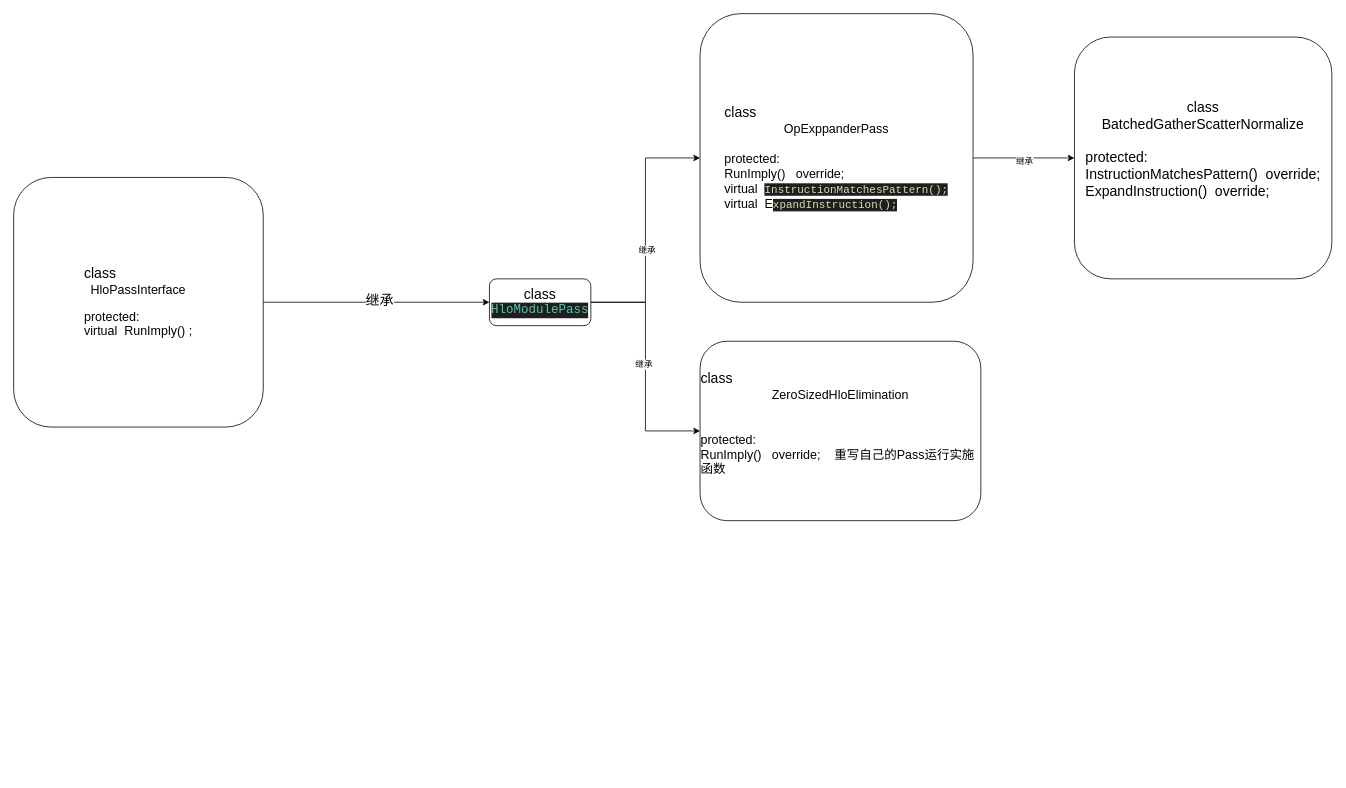
Earlier version of the draw.io diagram HloPassInterface类关系图.drawio (shijiandeliushi/xla). Source tidied: cells renumbered, new cells numbered last; positions are measured from the earlier drawing's top-left corner, leaving out a move shared by most shapes. Both pictures are drawn from the tidied source at 78%, with x=0, y=0 at pixel (13, 13).
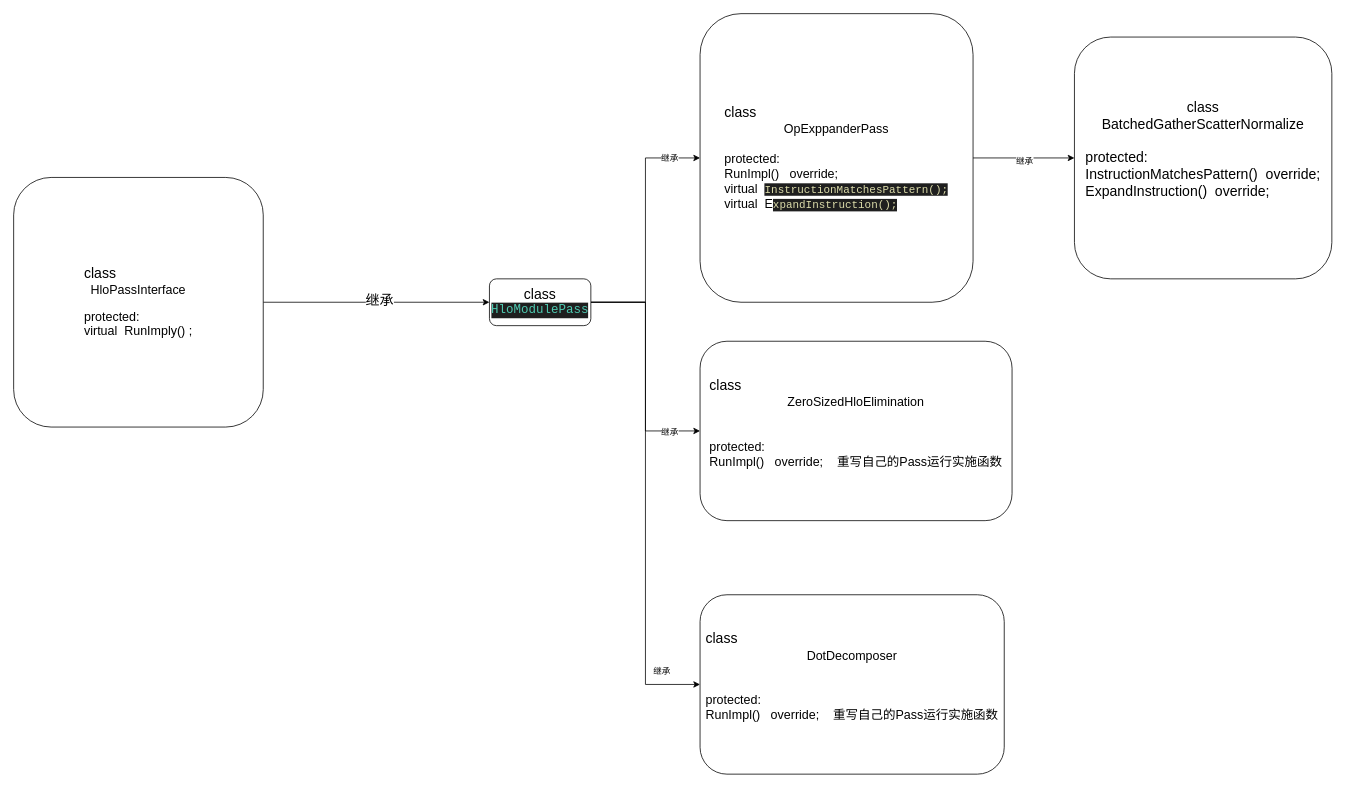
Above is the later version.

Unchanged cells that the change refers to:
```xml
<mxCell id="5" style="edgeStyle=orthogonalEdgeStyle;rounded=0;jettySize=auto;html=1;exitX=1;exitY=0.5;exitDx=0;exitDy=0;entryX=0;entryY=0.5;entryDx=0;entryDy=0;" parent="1" edge="1" source="9" target="12">
  <mxGeometry relative="1" as="geometry" />
</mxCell>
<mxCell id="9" value="&lt;font style=&quot;font-size: 18px;&quot;&gt;class&lt;/font&gt;&lt;div&gt;&lt;div style=&quot;color: rgb(204, 204, 204); background-color: rgb(31, 31, 31); font-family: &amp;quot;Droid Sans Mono&amp;quot;, monospace; line-height: 19px; white-space: pre;&quot;&gt;&lt;span style=&quot;color: rgb(78, 201, 176);&quot;&gt;&lt;font size=&quot;3&quot;&gt;HloModulePass&lt;/font&gt;&lt;/span&gt;&lt;/div&gt;&lt;/div&gt;" style="rounded=1;whiteSpace=wrap;html=1;" parent="1" vertex="1">
  <mxGeometry x="610" y="340" width="130" height="60" as="geometry" />
</mxCell>
```

Change to the diagram source:
```diff
@@
     <mxCell id="6" value="继承" style="edgeLabel;html=1;align=center;verticalAlign=middle;" parent="5" vertex="1">
-      <mxGeometry x="-0.16" y="-1" relative="1" as="geometry" />
+      <mxGeometry x="-0.16" y="-1" relative="1" as="geometry">
+        <mxPoint x="29" y="-119" as="offset" />
+      </mxGeometry>
     </mxCell>
     <mxCell id="7" style="edgeStyle=orthogonalEdgeStyle;rounded=0;jettySize=auto;html=1;exitX=1;exitY=0.5;exitDx=0;exitDy=0;entryX=0;entryY=0.5;entryDx=0;entryDy=0;" parent="1" edge="1" source="9" target="14">
-      <mxGeometry relative="1" as="geometry" />
+      <mxGeometry relative="1" as="geometry">
+        <Array as="points">
+          <mxPoint x="810" y="370" />
+          <mxPoint x="810" y="535" />
+        </Array>
+      </mxGeometry>
     </mxCell>
     <mxCell id="8" value="继承" style="edgeLabel;html=1;align=center;verticalAlign=middle;" parent="7" vertex="1">
       <mxGeometry x="-0.03" y="-3" relative="1" as="geometry">
-        <mxPoint y="1" as="offset" />
+        <mxPoint x="33" y="88" as="offset" />
       </mxGeometry>
     </mxCell>
+    <mxCell id="15" style="edgeStyle=orthogonalEdgeStyle;rounded=0;jettySize=auto;html=1;entryX=0;entryY=0.5;entryDx=0;entryDy=0;" parent="1" edge="1" source="9" target="17">
+      <mxGeometry relative="1" as="geometry">
+        <Array as="points">
+          <mxPoint x="810" y="370" />
+          <mxPoint x="810" y="860" />
+        </Array>
+      </mxGeometry>
+    </mxCell>
+    <mxCell id="16" value="继承" style="edgeLabel;html=1;align=center;verticalAlign=middle;" parent="15" vertex="1">
+      <mxGeometry x="0.72" y="-2" relative="1" as="geometry">
+        <mxPoint x="22" as="offset" />
+      </mxGeometry>
+    </mxCell>
@@
-    <mxCell id="12" value="&lt;div style=&quot;text-align: left;&quot;&gt;&lt;span style=&quot;font-size: 18px; background-color: transparent; color: light-dark(rgb(0, 0, 0), rgb(255, 255, 255));&quot;&gt;class&lt;/span&gt;&lt;/div&gt;&lt;div&gt;&lt;font size=&quot;3&quot;&gt;OpExppanderPass&lt;/font&gt;&lt;/div&gt;&lt;div&gt;&lt;span style=&quot;background-color: transparent; color: light-dark(rgb(0, 0, 0), rgb(255, 255, 255)); font-size: medium;&quot;&gt;&lt;br&gt;&lt;/span&gt;&lt;/div&gt;&lt;div style=&quot;text-align: left;&quot;&gt;&lt;span style=&quot;background-color: transparent; color: light-dark(rgb(0, 0, 0), rgb(255, 255, 255)); font-size: medium;&quot;&gt;protected:&lt;/span&gt;&lt;/div&gt;&lt;div style=&quot;text-align: left;&quot;&gt;&lt;font size=&quot;3&quot;&gt;RunImply()&amp;nbsp; &amp;nbsp;override;&lt;/font&gt;&lt;/div&gt;&lt;div style=&quot;text-align: left;&quot;&gt;&lt;font size=&quot;3&quot;&gt;virtual&amp;nbsp;&amp;nbsp;&lt;/font&gt;&lt;span style=&quot;color: rgb(220, 220, 170); background-color: rgb(31, 31, 31); font-family: &amp;quot;Droid Sans Mono&amp;quot;, monospace; font-size: 14px; white-space: pre;&quot;&gt;InstructionMatchesPattern();&lt;/span&gt;&lt;/div&gt;&lt;div style=&quot;text-align: left;&quot;&gt;&lt;font size=&quot;3&quot;&gt;virtual&amp;nbsp; E&lt;/font&gt;&lt;span style=&quot;color: rgb(220, 220, 170); background-color: rgb(31, 31, 31); font-family: &amp;quot;Droid Sans Mono&amp;quot;, monospace; font-size: 14px; white-space: pre;&quot;&gt;xpandInstruction();&lt;/span&gt;&lt;/div&gt;" style="rounded=1;whiteSpace=wrap;html=1;" parent="1" vertex="1">
+    <mxCell id="12" value="&lt;div style=&quot;text-align: left;&quot;&gt;&lt;span style=&quot;font-size: 18px; background-color: transparent; color: light-dark(rgb(0, 0, 0), rgb(255, 255, 255));&quot;&gt;class&lt;/span&gt;&lt;/div&gt;&lt;div&gt;&lt;font size=&quot;3&quot;&gt;OpExppanderPass&lt;/font&gt;&lt;/div&gt;&lt;div&gt;&lt;span style=&quot;background-color: transparent; color: light-dark(rgb(0, 0, 0), rgb(255, 255, 255)); font-size: medium;&quot;&gt;&lt;br&gt;&lt;/span&gt;&lt;/div&gt;&lt;div style=&quot;text-align: left;&quot;&gt;&lt;span style=&quot;background-color: transparent; color: light-dark(rgb(0, 0, 0), rgb(255, 255, 255)); font-size: medium;&quot;&gt;protected:&lt;/span&gt;&lt;/div&gt;&lt;div style=&quot;text-align: left;&quot;&gt;&lt;font size=&quot;3&quot;&gt;RunImpl()&amp;nbsp; &amp;nbsp;override;&lt;/font&gt;&lt;/div&gt;&lt;div style=&quot;text-align: left;&quot;&gt;&lt;font size=&quot;3&quot;&gt;virtual&amp;nbsp;&amp;nbsp;&lt;/font&gt;&lt;span style=&quot;color: rgb(220, 220, 170); background-color: rgb(31, 31, 31); font-family: &amp;quot;Droid Sans Mono&amp;quot;, monospace; font-size: 14px; white-space: pre;&quot;&gt;InstructionMatchesPattern();&lt;/span&gt;&lt;/div&gt;&lt;div style=&quot;text-align: left;&quot;&gt;&lt;font size=&quot;3&quot;&gt;virtual&amp;nbsp; E&lt;/font&gt;&lt;span style=&quot;color: rgb(220, 220, 170); background-color: rgb(31, 31, 31); font-family: &amp;quot;Droid Sans Mono&amp;quot;, monospace; font-size: 14px; white-space: pre;&quot;&gt;xpandInstruction();&lt;/span&gt;&lt;/div&gt;" style="rounded=1;whiteSpace=wrap;html=1;" parent="1" vertex="1">
       <mxGeometry x="880" width="350" height="370" as="geometry" />
     </mxCell>
@@
-    <mxCell id="14" value="&lt;div style=&quot;text-align: left;&quot;&gt;&lt;span style=&quot;font-size: 18px; background-color: transparent; color: light-dark(rgb(0, 0, 0), rgb(255, 255, 255));&quot;&gt;class&lt;/span&gt;&lt;/div&gt;&lt;div&gt;&lt;font size=&quot;3&quot;&gt;ZeroSizedHloElimination&lt;/font&gt;&lt;/div&gt;&lt;div&gt;&lt;font size=&quot;3&quot;&gt;&lt;br&gt;&lt;/font&gt;&lt;/div&gt;&lt;div&gt;&lt;font size=&quot;3&quot;&gt;&lt;br&gt;&lt;/font&gt;&lt;/div&gt;&lt;div&gt;&lt;div style=&quot;text-align: left;&quot;&gt;&lt;span style=&quot;background-color: transparent; color: light-dark(rgb(0, 0, 0), rgb(255, 255, 255)); font-size: medium;&quot;&gt;protected:&lt;/span&gt;&lt;/div&gt;&lt;div style=&quot;text-align: left;&quot;&gt;&lt;font size=&quot;3&quot;&gt;RunImply()&amp;nbsp; &amp;nbsp;override;&amp;nbsp; &amp;nbsp; 重写自己的Pass运行实施函数&lt;/font&gt;&lt;/div&gt;&lt;/div&gt;&lt;div&gt;&lt;font size=&quot;3&quot;&gt;&lt;br&gt;&lt;/font&gt;&lt;/div&gt;" style="rounded=1;whiteSpace=wrap;html=1;" parent="1" vertex="1">
-      <mxGeometry x="880" y="420" width="360" height="230" as="geometry" />
+    <mxCell id="14" value="&lt;div style=&quot;text-align: left;&quot;&gt;&lt;span style=&quot;font-size: 18px; background-color: transparent; color: light-dark(rgb(0, 0, 0), rgb(255, 255, 255));&quot;&gt;class&lt;/span&gt;&lt;/div&gt;&lt;div&gt;&lt;font size=&quot;3&quot;&gt;ZeroSizedHloElimination&lt;/font&gt;&lt;/div&gt;&lt;div&gt;&lt;font size=&quot;3&quot;&gt;&lt;br&gt;&lt;/font&gt;&lt;/div&gt;&lt;div&gt;&lt;font size=&quot;3&quot;&gt;&lt;br&gt;&lt;/font&gt;&lt;/div&gt;&lt;div&gt;&lt;div style=&quot;text-align: left;&quot;&gt;&lt;span style=&quot;background-color: transparent; color: light-dark(rgb(0, 0, 0), rgb(255, 255, 255)); font-size: medium;&quot;&gt;protected:&lt;/span&gt;&lt;/div&gt;&lt;div style=&quot;text-align: left;&quot;&gt;&lt;font size=&quot;3&quot;&gt;RunImpl()&amp;nbsp; &amp;nbsp;override;&amp;nbsp; &amp;nbsp; 重写自己的Pass运行实施函数&lt;/font&gt;&lt;/div&gt;&lt;/div&gt;&lt;div&gt;&lt;font size=&quot;3&quot;&gt;&lt;br&gt;&lt;/font&gt;&lt;/div&gt;" style="rounded=1;whiteSpace=wrap;html=1;" parent="1" vertex="1">
+      <mxGeometry x="880" y="420" width="400" height="230" as="geometry" />
     </mxCell>
+    <mxCell id="17" value="&lt;div style=&quot;text-align: left;&quot;&gt;&lt;span style=&quot;font-size: 18px; background-color: transparent; color: light-dark(rgb(0, 0, 0), rgb(255, 255, 255));&quot;&gt;class&lt;/span&gt;&lt;/div&gt;&lt;div&gt;&lt;font size=&quot;3&quot;&gt;DotDecomposer&lt;/font&gt;&lt;/div&gt;&lt;div&gt;&lt;font size=&quot;3&quot;&gt;&lt;br&gt;&lt;/font&gt;&lt;/div&gt;&lt;div&gt;&lt;font size=&quot;3&quot;&gt;&lt;br&gt;&lt;/font&gt;&lt;/div&gt;&lt;div&gt;&lt;div style=&quot;text-align: left;&quot;&gt;&lt;span style=&quot;background-color: transparent; color: light-dark(rgb(0, 0, 0), rgb(255, 255, 255)); font-size: medium;&quot;&gt;protected:&lt;/span&gt;&lt;/div&gt;&lt;div style=&quot;text-align: left;&quot;&gt;&lt;font size=&quot;3&quot;&gt;RunImpl()&amp;nbsp; &amp;nbsp;override;&amp;nbsp; &amp;nbsp; 重写自己的Pass运行实施函数&lt;/font&gt;&lt;/div&gt;&lt;/div&gt;&lt;div&gt;&lt;font size=&quot;3&quot;&gt;&lt;br&gt;&lt;/font&gt;&lt;/div&gt;" style="rounded=1;whiteSpace=wrap;html=1;" parent="1" vertex="1">
+      <mxGeometry x="880" y="745" width="390" height="230" as="geometry" />
+    </mxCell>
```
